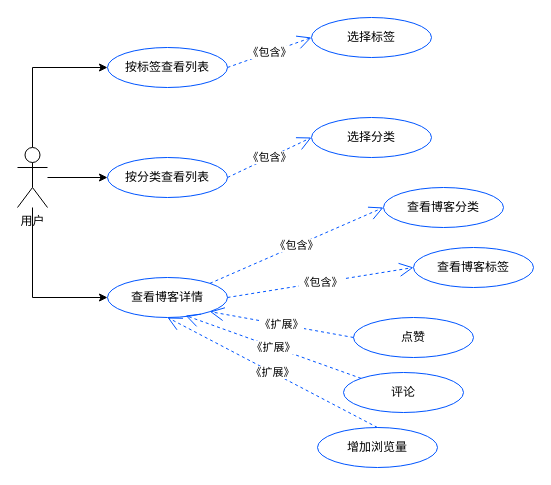
Above: 前台博客功能用例图.drawio in zyl-2000/draw (draw.io), before the change. Source tidied: cells renumbered, new cells numbered last; positions are measured from the earlier drawing's top-left corner, leaving out a move shared by most shapes. Both pictures are drawn from the tidied source at 100%, with x=0, y=0 at pixel (17, 17).
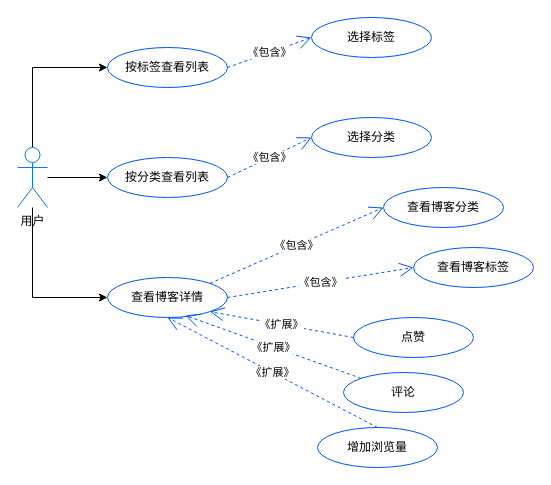
The same page after the edit.

Commit message:
更新前台博客功能用例图.drawio

Diff of the diagram source:
```diff
@@
-    <mxCell id="5" value="用户" style="shape=umlActor;verticalLabelPosition=bottom;verticalAlign=top;html=1;outlineConnect=0;" parent="1" vertex="1">
+    <mxCell id="5" value="用户" style="shape=umlActor;verticalLabelPosition=bottom;verticalAlign=top;html=1;outlineConnect=0;strokeColor=#0779f2;" parent="1" vertex="1">
       <mxGeometry y="130" width="30" height="60" as="geometry" />
     </mxCell>
```
